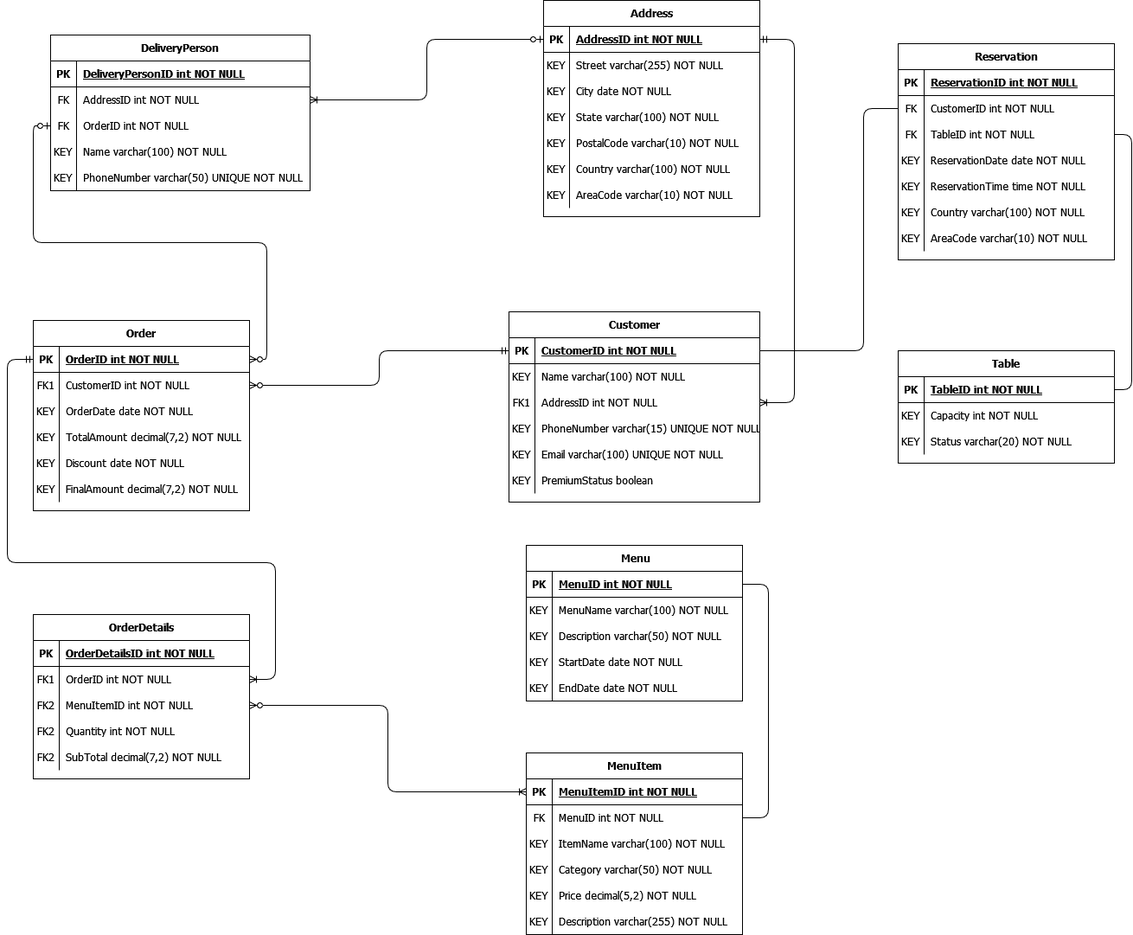
Above: Entity Relationship Diagram.png in KhangProton/ISYS3414-restaurant (draw.io), before the change. Source tidied: cells renumbered, new cells last; positions are measured from the earlier drawing's top-left corner, leaving out a move shared by most shapes.
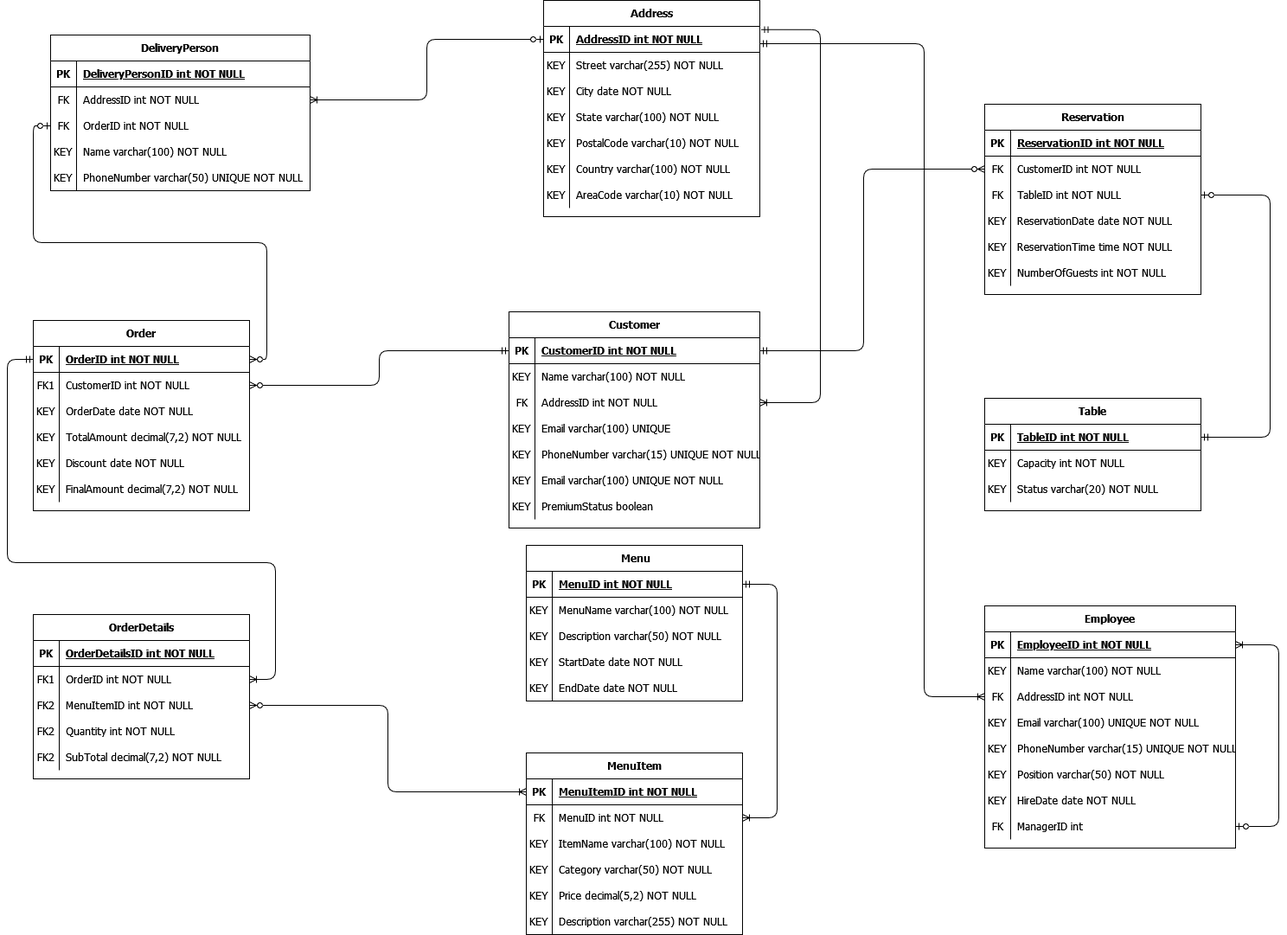
After the commit.

Diff of the diagram source:
```diff
@@ -121,7 +121,7 @@
       <mxGeometry x="30" width="220" height="30" as="geometry" />
     </mxCell>
     <mxCell id="39" value="Customer" style="shape=table;startSize=30;rowLines=0;fontStyle=1;align=center;fontFamily=Tahoma;" parent="1" vertex="1">
-      <mxGeometry x="580" y="360" width="290" height="220" as="geometry" />
+      <mxGeometry x="580" y="360" width="290" height="250" as="geometry" />
     </mxCell>
     <mxCell id="40" style="shape=partialRectangle;fillColor=none;points=[[0,0.5],[1,0.5]];portConstraint=eastwest;top=0;left=0;right=0;bottom=1;fontFamily=Tahoma;" parent="39" vertex="1">
       <mxGeometry y="30" width="290" height="30" as="geometry" />
@@ -144,14 +144,23 @@
     <mxCell id="46" style="shape=partialRectangle;fillColor=none;points=[[0,0.5],[1,0.5]];portConstraint=eastwest;top=0;left=0;right=0;bottom=0;fontFamily=Tahoma;" parent="39" vertex="1">
       <mxGeometry y="90" width="290" height="30" as="geometry" />
     </mxCell>
-    <mxCell id="47" value="FK1" style="shape=partialRectangle;overflow=hidden;fillColor=none;top=0;left=0;bottom=0;right=0;fontFamily=Tahoma;" parent="46" vertex="1">
+    <mxCell id="47" value="FK" style="shape=partialRectangle;overflow=hidden;fillColor=none;top=0;left=0;bottom=0;right=0;fontFamily=Tahoma;" parent="46" vertex="1">
       <mxGeometry width="30" height="30" as="geometry" />
     </mxCell>
     <mxCell id="48" value="AddressID int NOT NULL" style="shape=partialRectangle;overflow=hidden;fillColor=none;top=0;left=0;bottom=0;right=0;align=left;spacingLeft=6;fontFamily=Tahoma;" parent="46" vertex="1">
       <mxGeometry x="30" width="260" height="30" as="geometry" />
     </mxCell>
+    <mxCell id="170" style="shape=partialRectangle;fillColor=none;top=0;left=0;right=0;bottom=0;fontFamily=Tahoma;" parent="39" vertex="1">
+      <mxGeometry y="120" width="290" height="30" as="geometry" />
+    </mxCell>
+    <mxCell id="171" value="KEY" style="shape=partialRectangle;overflow=hidden;fillColor=none;top=0;left=0;bottom=0;right=0;fontFamily=Tahoma;" parent="170" vertex="1">
+      <mxGeometry width="30" height="30" as="geometry" />
+    </mxCell>
+    <mxCell id="172" value="Email varchar(100) UNIQUE" style="shape=partialRectangle;overflow=hidden;fillColor=none;top=0;left=0;bottom=0;right=0;align=left;spacingLeft=6;fontFamily=Tahoma;" parent="170" vertex="1">
+      <mxGeometry x="30" width="260" height="30" as="geometry" />
+    </mxCell>
     <mxCell id="49" style="shape=partialRectangle;fillColor=none;top=0;left=0;right=0;bottom=0;fontFamily=Tahoma;" parent="39" vertex="1">
-      <mxGeometry y="120" width="290" height="30" as="geometry" />
+      <mxGeometry y="150" width="290" height="30" as="geometry" />
     </mxCell>
     <mxCell id="50" value="KEY" style="shape=partialRectangle;overflow=hidden;fillColor=none;top=0;left=0;bottom=0;right=0;fontFamily=Tahoma;" parent="49" vertex="1">
       <mxGeometry width="30" height="30" as="geometry" />
@@ -160,7 +169,7 @@
       <mxGeometry x="30" width="260" height="30" as="geometry" />
     </mxCell>
     <mxCell id="52" style="shape=partialRectangle;fillColor=none;top=0;left=0;right=0;bottom=0;fontFamily=Tahoma;" parent="39" vertex="1">
-      <mxGeometry y="150" width="290" height="30" as="geometry" />
+      <mxGeometry y="180" width="290" height="30" as="geometry" />
     </mxCell>
     <mxCell id="53" value="KEY" style="shape=partialRectangle;overflow=hidden;fillColor=none;top=0;left=0;bottom=0;right=0;fontFamily=Tahoma;" parent="52" vertex="1">
       <mxGeometry width="30" height="30" as="geometry" />
@@ -169,7 +178,7 @@
       <mxGeometry x="30" width="260" height="30" as="geometry" />
     </mxCell>
     <mxCell id="55" style="shape=partialRectangle;fillColor=none;top=0;left=0;right=0;bottom=0;fontFamily=Tahoma;" parent="39" vertex="1">
-      <mxGeometry y="180" width="290" height="30" as="geometry" />
+      <mxGeometry y="210" width="290" height="30" as="geometry" />
     </mxCell>
     <mxCell id="56" value="KEY" style="shape=partialRectangle;overflow=hidden;fillColor=none;top=0;left=0;bottom=0;right=0;fontFamily=Tahoma;" parent="55" vertex="1">
       <mxGeometry width="30" height="30" as="geometry" />
@@ -237,6 +246,14 @@
     <mxCell id="77" style="edgeStyle=orthogonalEdgeStyle;rounded=1;jettySize=auto;html=1;shadow=0;startArrow=ERzeroToMany;startFill=0;endArrow=ERoneToMany;endFill=0;exitX=1;exitY=0.5;exitDx=0;exitDy=0;entryX=0;entryY=0.5;entryDx=0;entryDy=0;fontFamily=Tahoma;" parent="1" edge="1" source="30" target="59">
       <mxGeometry relative="1" as="geometry" />
     </mxCell>
+    <mxCell id="173" style="edgeStyle=orthogonalEdgeStyle;rounded=1;jettySize=auto;html=1;exitX=1;exitY=0.5;exitDx=0;exitDy=0;entryX=1;entryY=0.5;entryDx=0;entryDy=0;endArrow=ERoneToMany;endFill=0;startArrow=ERzeroToOne;startFill=0;" parent="1" edge="1" source="196" target="175">
+      <mxGeometry relative="1" as="geometry">
+        <Array as="points">
+          <mxPoint x="1470" y="955" />
+          <mxPoint x="1470" y="745" />
+        </Array>
+      </mxGeometry>
+    </mxCell>
     <mxCell id="78" value="DeliveryPerson" style="shape=table;startSize=30;rowLines=0;fontStyle=1;align=center;fontFamily=Tahoma;" parent="1" vertex="1">
       <mxGeometry x="50" y="40" width="300" height="180" as="geometry" />
     </mxCell>
@@ -355,7 +372,7 @@
       <mxGeometry relative="1" as="geometry" />
     </mxCell>
     <mxCell id="117" value="Reservation" style="shape=table;startSize=30;rowLines=0;fontStyle=1;align=center;fontFamily=Tahoma;" parent="1" vertex="1">
-      <mxGeometry x="1030" y="50" width="250" height="250" as="geometry" />
+      <mxGeometry x="1130" y="120" width="250" height="220" as="geometry" />
     </mxCell>
     <mxCell id="118" style="shape=partialRectangle;fillColor=none;top=0;left=0;right=0;bottom=1;fontFamily=Tahoma;" parent="117" vertex="1">
       <mxGeometry y="30" width="250" height="30" as="geometry" />
@@ -408,26 +425,18 @@
     <mxCell id="134" value="KEY" style="shape=partialRectangle;overflow=hidden;fillColor=none;top=0;left=0;bottom=0;right=0;fontFamily=Tahoma;" parent="133" vertex="1">
       <mxGeometry width="30" height="30" as="geometry" />
     </mxCell>
-    <mxCell id="135" value="Country varchar(100) NOT NULL" style="shape=partialRectangle;overflow=hidden;fillColor=none;top=0;left=0;bottom=0;right=0;align=left;spacingLeft=6;fontFamily=Tahoma;" parent="133" vertex="1">
+    <mxCell id="135" value="NumberOfGuests int NOT NULL" style="shape=partialRectangle;overflow=hidden;fillColor=none;top=0;left=0;bottom=0;right=0;align=left;spacingLeft=6;fontFamily=Tahoma;" parent="133" vertex="1">
       <mxGeometry x="30" width="220" height="30" as="geometry" />
     </mxCell>
-    <mxCell id="136" style="shape=partialRectangle;fillColor=none;top=0;left=0;right=0;bottom=0;fontFamily=Tahoma;" parent="117" vertex="1">
-      <mxGeometry y="210" width="250" height="30" as="geometry" />
-    </mxCell>
-    <mxCell id="137" value="KEY" style="shape=partialRectangle;overflow=hidden;fillColor=none;top=0;left=0;bottom=0;right=0;fontFamily=Tahoma;" parent="136" vertex="1">
-      <mxGeometry width="30" height="30" as="geometry" />
-    </mxCell>
-    <mxCell id="138" value="AreaCode varchar(10) NOT NULL" style="shape=partialRectangle;overflow=hidden;fillColor=none;top=0;left=0;bottom=0;right=0;align=left;spacingLeft=6;fontFamily=Tahoma;" parent="136" vertex="1">
-      <mxGeometry x="30" width="220" height="30" as="geometry" />
-    </mxCell>
     <mxCell id="139" style="edgeStyle=orthogonalEdgeStyle;rounded=1;jettySize=auto;html=1;exitX=1;exitY=0.5;exitDx=0;exitDy=0;entryX=0;entryY=0.5;entryDx=0;entryDy=0;shadow=0;startArrow=ERzeroToMany;startFill=0;endArrow=ERzeroToOne;endFill=0;fontFamily=Tahoma;" parent="1" edge="1" source="5" target="85">
       <mxGeometry relative="1" as="geometry" />
     </mxCell>
-    <mxCell id="140" style="edgeStyle=orthogonalEdgeStyle;shape=connector;rounded=1;jettySize=auto;html=1;exitX=1;exitY=0.5;exitDx=0;exitDy=0;entryX=1;entryY=0.5;entryDx=0;entryDy=0;shadow=0;labelBackgroundColor=default;strokeColor=default;fontFamily=Tahoma;fontSize=11;fontColor=default;startArrow=ERoneToMany;startFill=0;endArrow=ERmandOne;endFill=0;" parent="1" edge="1" source="46" target="95">
+    <mxCell id="140" style="edgeStyle=orthogonalEdgeStyle;shape=connector;rounded=1;jettySize=auto;html=1;exitX=1;exitY=0.5;exitDx=0;exitDy=0;entryX=1.006;entryY=0.125;entryDx=0;entryDy=0;shadow=0;labelBackgroundColor=default;strokeColor=default;fontFamily=Tahoma;fontSize=11;fontColor=default;startArrow=ERoneToMany;startFill=0;endArrow=ERmandOne;endFill=0;entryPerimeter=0;" parent="1" edge="1" source="46" target="95">
       <mxGeometry relative="1" as="geometry">
         <Array as="points">
-          <mxPoint x="910" y="465" />
-          <mxPoint x="910" y="45" />
+          <mxPoint x="940" y="465" />
+          <mxPoint x="940" y="34" />
+          <mxPoint x="872" y="34" />
         </Array>
       </mxGeometry>
     </mxCell>
@@ -479,16 +488,16 @@
     <mxCell id="156" value="EndDate date NOT NULL" style="shape=partialRectangle;overflow=hidden;fillColor=none;top=0;left=0;bottom=0;right=0;align=left;spacingLeft=6;fontFamily=Tahoma;" parent="154" vertex="1">
       <mxGeometry x="30" width="220" height="30" as="geometry" />
     </mxCell>
-    <mxCell id="157" style="edgeStyle=orthogonalEdgeStyle;shape=connector;rounded=1;jettySize=auto;html=1;exitX=1;exitY=0.5;exitDx=0;exitDy=0;entryX=1;entryY=0.5;entryDx=0;entryDy=0;shadow=0;labelBackgroundColor=default;strokeColor=default;fontFamily=Tahoma;fontSize=11;fontColor=default;startArrow=none;startFill=0;endArrow=none;endFill=0;" parent="1" edge="1" source="62" target="142">
+    <mxCell id="157" style="edgeStyle=orthogonalEdgeStyle;shape=connector;rounded=1;jettySize=auto;html=1;exitX=1;exitY=0.5;exitDx=0;exitDy=0;entryX=1;entryY=0.5;entryDx=0;entryDy=0;shadow=0;labelBackgroundColor=default;strokeColor=default;fontFamily=Tahoma;fontSize=11;fontColor=default;startArrow=ERoneToMany;startFill=0;endArrow=ERmandOne;endFill=0;" parent="1" edge="1" source="62" target="142">
       <mxGeometry relative="1" as="geometry">
         <Array as="points">
-          <mxPoint x="880" y="945" />
-          <mxPoint x="880" y="675" />
+          <mxPoint x="890" y="945" />
+          <mxPoint x="890" y="675" />
         </Array>
       </mxGeometry>
     </mxCell>
     <mxCell id="158" value="Table" style="shape=table;startSize=30;rowLines=0;fontStyle=1;align=center;fontFamily=Tahoma;" parent="1" vertex="1">
-      <mxGeometry x="1030" y="405" width="250" height="130" as="geometry" />
+      <mxGeometry x="1130" y="460" width="250" height="130" as="geometry" />
     </mxCell>
     <mxCell id="159" style="shape=partialRectangle;fillColor=none;points=[[0,0.5],[1,0.5]];portConstraint=eastwest;top=0;left=0;right=0;bottom=1;fontFamily=Tahoma;" parent="158" vertex="1">
       <mxGeometry y="30" width="250" height="30" as="geometry" />
@@ -517,16 +526,105 @@
     <mxCell id="167" value="Status varchar(20) NOT NULL" style="shape=partialRectangle;overflow=hidden;fillColor=none;top=0;left=0;bottom=0;right=0;align=left;spacingLeft=6;fontFamily=Tahoma;" parent="165" vertex="1">
       <mxGeometry x="30" width="220" height="30" as="geometry" />
     </mxCell>
-    <mxCell id="168" style="edgeStyle=orthogonalEdgeStyle;shape=connector;rounded=1;jettySize=auto;html=1;exitX=0;exitY=0.5;exitDx=0;exitDy=0;entryX=1;entryY=0.5;entryDx=0;entryDy=0;shadow=0;labelBackgroundColor=default;strokeColor=default;fontFamily=Tahoma;fontSize=11;fontColor=default;startArrow=none;startFill=0;endArrow=none;endFill=0;" parent="1" edge="1" source="121" target="40">
+    <mxCell id="168" style="edgeStyle=orthogonalEdgeStyle;shape=connector;rounded=1;jettySize=auto;html=1;exitX=0;exitY=0.5;exitDx=0;exitDy=0;entryX=1;entryY=0.5;entryDx=0;entryDy=0;shadow=0;labelBackgroundColor=default;strokeColor=default;fontFamily=Tahoma;fontSize=11;fontColor=default;startArrow=ERzeroToMany;startFill=0;endArrow=ERmandOne;endFill=0;" parent="1" edge="1" source="121" target="40">
       <mxGeometry relative="1" as="geometry">
         <Array as="points">
-          <mxPoint x="990" y="125" />
+          <mxPoint x="990" y="195" />
           <mxPoint x="990" y="405" />
         </Array>
       </mxGeometry>
     </mxCell>
-    <mxCell id="169" style="edgeStyle=orthogonalEdgeStyle;shape=connector;rounded=1;jettySize=auto;html=1;exitX=1;exitY=0.5;exitDx=0;exitDy=0;entryX=1;entryY=0.5;entryDx=0;entryDy=0;shadow=0;labelBackgroundColor=default;strokeColor=default;fontFamily=Tahoma;fontSize=11;fontColor=default;startArrow=none;startFill=0;endArrow=none;endFill=0;" parent="1" edge="1" source="159" target="124">
-      <mxGeometry relative="1" as="geometry" />
+    <mxCell id="169" style="edgeStyle=orthogonalEdgeStyle;shape=connector;rounded=1;jettySize=auto;html=1;exitX=1;exitY=0.5;exitDx=0;exitDy=0;entryX=1;entryY=0.5;entryDx=0;entryDy=0;shadow=0;labelBackgroundColor=default;strokeColor=default;fontFamily=Tahoma;fontSize=11;fontColor=default;startArrow=ERmandOne;startFill=0;endArrow=ERzeroToOne;endFill=0;" parent="1" edge="1" source="159" target="124">
+      <mxGeometry relative="1" as="geometry">
+        <Array as="points">
+          <mxPoint x="1460" y="505" />
+          <mxPoint x="1460" y="225" />
+        </Array>
+      </mxGeometry>
     </mxCell>
+    <mxCell id="174" value="Employee" style="shape=table;startSize=30;rowLines=0;fontStyle=1;align=center;fontFamily=Tahoma;" parent="1" vertex="1">
+      <mxGeometry x="1130" y="700" width="290" height="280" as="geometry" />
+    </mxCell>
+    <mxCell id="175" style="shape=partialRectangle;fillColor=none;points=[[0,0.5],[1,0.5]];portConstraint=eastwest;top=0;left=0;right=0;bottom=1;fontFamily=Tahoma;" parent="174" vertex="1">
+      <mxGeometry y="30" width="290" height="30" as="geometry" />
+    </mxCell>
+    <mxCell id="176" value="PK" style="shape=partialRectangle;overflow=hidden;fillColor=none;top=0;left=0;bottom=0;right=0;fontStyle=1;fontFamily=Tahoma;" parent="175" vertex="1">
+      <mxGeometry width="30" height="30" as="geometry" />
+    </mxCell>
+    <mxCell id="177" value="EmployeeID int NOT NULL " style="shape=partialRectangle;overflow=hidden;fillColor=none;top=0;left=0;bottom=0;right=0;align=left;spacingLeft=6;fontStyle=5;fontFamily=Tahoma;" parent="175" vertex="1">
+      <mxGeometry x="30" width="260" height="30" as="geometry" />
+    </mxCell>
+    <mxCell id="178" style="shape=partialRectangle;fillColor=none;top=0;left=0;right=0;bottom=0;fontFamily=Tahoma;" parent="174" vertex="1">
+      <mxGeometry y="60" width="290" height="30" as="geometry" />
+    </mxCell>
+    <mxCell id="179" value="KEY" style="shape=partialRectangle;overflow=hidden;fillColor=none;top=0;left=0;bottom=0;right=0;fontFamily=Tahoma;" parent="178" vertex="1">
+      <mxGeometry width="30" height="30" as="geometry" />
+    </mxCell>
+    <mxCell id="180" value="Name varchar(100) NOT NULL" style="shape=partialRectangle;overflow=hidden;fillColor=none;top=0;left=0;bottom=0;right=0;align=left;spacingLeft=6;fontFamily=Tahoma;" parent="178" vertex="1">
+      <mxGeometry x="30" width="260" height="30" as="geometry" />
+    </mxCell>
+    <mxCell id="181" style="shape=partialRectangle;fillColor=none;points=[[0,0.5],[1,0.5]];portConstraint=eastwest;top=0;left=0;right=0;bottom=0;fontFamily=Tahoma;" parent="174" vertex="1">
+      <mxGeometry y="90" width="290" height="30" as="geometry" />
+    </mxCell>
+    <mxCell id="182" value="FK" style="shape=partialRectangle;overflow=hidden;fillColor=none;top=0;left=0;bottom=0;right=0;fontFamily=Tahoma;" parent="181" vertex="1">
+      <mxGeometry width="30" height="30" as="geometry" />
+    </mxCell>
+    <mxCell id="183" value="AddressID int NOT NULL" style="shape=partialRectangle;overflow=hidden;fillColor=none;top=0;left=0;bottom=0;right=0;align=left;spacingLeft=6;fontFamily=Tahoma;" parent="181" vertex="1">
+      <mxGeometry x="30" width="260" height="30" as="geometry" />
+    </mxCell>
+    <mxCell id="184" style="shape=partialRectangle;fillColor=none;top=0;left=0;right=0;bottom=0;fontFamily=Tahoma;" parent="174" vertex="1">
+      <mxGeometry y="120" width="290" height="30" as="geometry" />
+    </mxCell>
+    <mxCell id="185" value="KEY" style="shape=partialRectangle;overflow=hidden;fillColor=none;top=0;left=0;bottom=0;right=0;fontFamily=Tahoma;" parent="184" vertex="1">
+      <mxGeometry width="30" height="30" as="geometry" />
+    </mxCell>
+    <mxCell id="186" value="Email varchar(100) UNIQUE NOT NULL" style="shape=partialRectangle;overflow=hidden;fillColor=none;top=0;left=0;bottom=0;right=0;align=left;spacingLeft=6;fontFamily=Tahoma;" parent="184" vertex="1">
+      <mxGeometry x="30" width="260" height="30" as="geometry" />
+    </mxCell>
+    <mxCell id="187" style="shape=partialRectangle;fillColor=none;top=0;left=0;right=0;bottom=0;fontFamily=Tahoma;" parent="174" vertex="1">
+      <mxGeometry y="150" width="290" height="30" as="geometry" />
+    </mxCell>
+    <mxCell id="188" value="KEY" style="shape=partialRectangle;overflow=hidden;fillColor=none;top=0;left=0;bottom=0;right=0;fontFamily=Tahoma;" parent="187" vertex="1">
+      <mxGeometry width="30" height="30" as="geometry" />
+    </mxCell>
+    <mxCell id="189" value="PhoneNumber varchar(15) UNIQUE NOT NULL" style="shape=partialRectangle;overflow=hidden;fillColor=none;top=0;left=0;bottom=0;right=0;align=left;spacingLeft=6;fontFamily=Tahoma;" parent="187" vertex="1">
+      <mxGeometry x="30" width="260" height="30" as="geometry" />
+    </mxCell>
+    <mxCell id="190" style="shape=partialRectangle;fillColor=none;top=0;left=0;right=0;bottom=0;fontFamily=Tahoma;" parent="174" vertex="1">
+      <mxGeometry y="180" width="290" height="30" as="geometry" />
+    </mxCell>
+    <mxCell id="191" value="KEY" style="shape=partialRectangle;overflow=hidden;fillColor=none;top=0;left=0;bottom=0;right=0;fontFamily=Tahoma;" parent="190" vertex="1">
+      <mxGeometry width="30" height="30" as="geometry" />
+    </mxCell>
+    <mxCell id="192" value="Position varchar(50) NOT NULL" style="shape=partialRectangle;overflow=hidden;fillColor=none;top=0;left=0;bottom=0;right=0;align=left;spacingLeft=6;fontFamily=Tahoma;" parent="190" vertex="1">
+      <mxGeometry x="30" width="260" height="30" as="geometry" />
+    </mxCell>
+    <mxCell id="193" style="shape=partialRectangle;fillColor=none;top=0;left=0;right=0;bottom=0;fontFamily=Tahoma;" parent="174" vertex="1">
+      <mxGeometry y="210" width="290" height="30" as="geometry" />
+    </mxCell>
+    <mxCell id="194" value="KEY" style="shape=partialRectangle;overflow=hidden;fillColor=none;top=0;left=0;bottom=0;right=0;fontFamily=Tahoma;" parent="193" vertex="1">
+      <mxGeometry width="30" height="30" as="geometry" />
+    </mxCell>
+    <mxCell id="195" value="HireDate date NOT NULL" style="shape=partialRectangle;overflow=hidden;fillColor=none;top=0;left=0;bottom=0;right=0;align=left;spacingLeft=6;fontFamily=Tahoma;" parent="193" vertex="1">
+      <mxGeometry x="30" width="260" height="30" as="geometry" />
+    </mxCell>
+    <mxCell id="196" style="shape=partialRectangle;fillColor=none;points=[[0,0.5],[1,0.5]];portConstraint=eastwest;top=0;left=0;right=0;bottom=0;fontFamily=Tahoma;" parent="174" vertex="1">
+      <mxGeometry y="240" width="290" height="30" as="geometry" />
+    </mxCell>
+    <mxCell id="197" value="FK" style="shape=partialRectangle;overflow=hidden;fillColor=none;top=0;left=0;bottom=0;right=0;fontFamily=Tahoma;" parent="196" vertex="1">
+      <mxGeometry width="30" height="30" as="geometry" />
+    </mxCell>
+    <mxCell id="198" value="ManagerID int" style="shape=partialRectangle;overflow=hidden;fillColor=none;top=0;left=0;bottom=0;right=0;align=left;spacingLeft=6;fontFamily=Tahoma;" parent="196" vertex="1">
+      <mxGeometry x="30" width="260" height="30" as="geometry" />
+    </mxCell>
+    <mxCell id="199" style="edgeStyle=orthogonalEdgeStyle;rounded=1;jettySize=auto;html=1;exitX=0;exitY=0.5;exitDx=0;exitDy=0;endArrow=ERmandOne;endFill=0;startArrow=ERoneToMany;startFill=0;" parent="1" edge="1" source="181">
+      <mxGeometry relative="1" as="geometry">
+        <mxPoint x="870" y="50" as="targetPoint" />
+        <Array as="points">
+          <mxPoint x="1060" y="805" />
+          <mxPoint x="1060" y="50" />
+        </Array>
+      </mxGeometry>
+    </mxCell>
   </root>
 </mxGraphModel>
```
